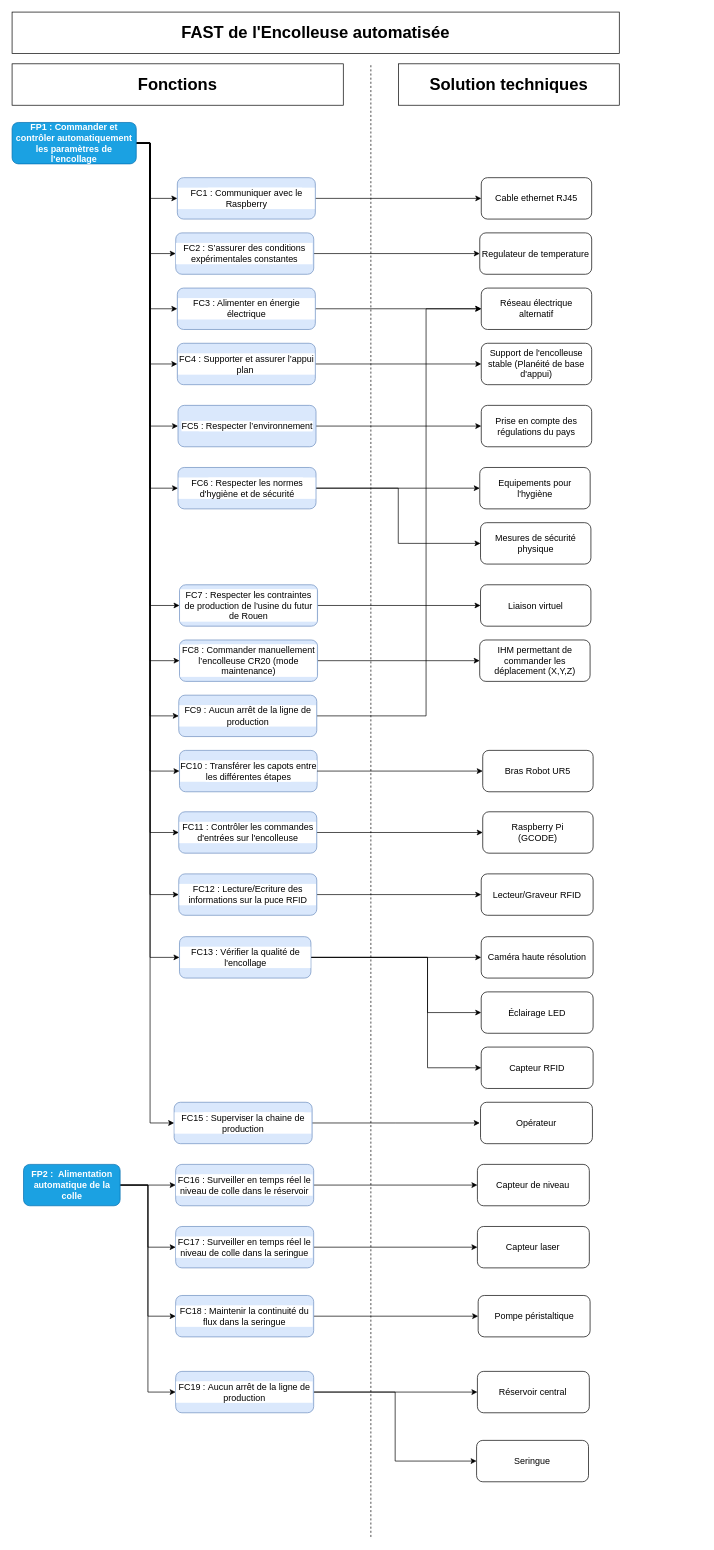
Above: FAST DIAGRAM/Diagramme_FAST.drawio in CharifMah/Systemes_automatises (draw.io), before the change. Source tidied: cells renumbered, new cells numbered last; positions are measured from the earlier drawing's top-left corner, leaving out a move shared by most shapes. Both pictures are drawn from the tidied source at 69%, with x=0, y=0 at pixel (12, 12).
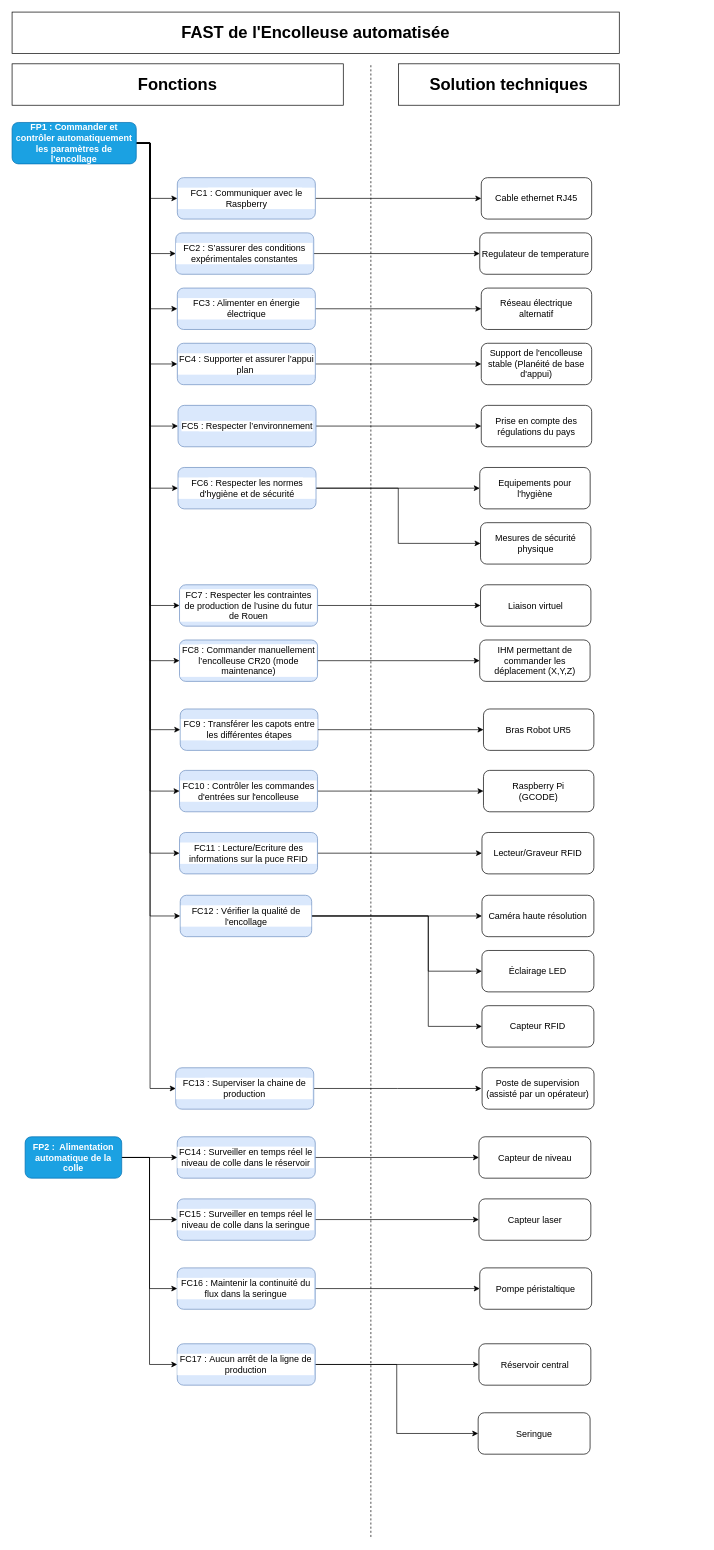
Above is the later version.

Commit message (it also covers changes not shown here):
Mettre à jour Diagramme_FAST.drawio

Unchanged cells that the change refers to:
```xml
<mxCell id="20" value="&lt;span&gt;&lt;font style=&quot;color: light-dark(rgb(255, 255, 255), rgb(0, 0, 0));&quot;&gt;FP1 : Commander et contrôler automatiquement les paramètres de l'encollage&lt;/font&gt;&lt;/span&gt;" style="rounded=1;whiteSpace=wrap;html=1;fillColor=#1ba1e2;fontColor=#ffffff;strokeColor=#006EAF;fontFamily=Helvetica;fontSize=13;fontStyle=1;" parent="1" vertex="1">
  <mxGeometry y="160" width="180" height="60" as="geometry" />
</mxCell>
<mxCell id="46" value="Réseau électrique alternatif" style="rounded=1;whiteSpace=wrap;html=1;fontSize=13;fontStyle=0;" parent="1" vertex="1">
  <mxGeometry x="680" y="400" width="160" height="60" as="geometry" />
</mxCell>
```

What changed in the source:
```diff
@@
-    <mxCell id="3" value="&lt;span&gt;FC11 : Contrôler les commandes d'entrées sur l'encolleuse&lt;/span&gt;" style="rounded=1;whiteSpace=wrap;html=1;labelBackgroundColor=default;labelBorderColor=none;textShadow=0;fillColor=#dae8fc;strokeColor=#6c8ebf;fontFamily=Helvetica;fontSize=13;fontStyle=0;" parent="1" vertex="1">
-      <mxGeometry x="241.6" y="1159" width="200" height="60" as="geometry" />
+    <mxCell id="3" value="&lt;span&gt;FC10 : Contrôler les commandes d'entrées sur l'encolleuse&lt;/span&gt;" style="rounded=1;whiteSpace=wrap;html=1;labelBackgroundColor=default;labelBorderColor=none;textShadow=0;fillColor=#dae8fc;strokeColor=#6c8ebf;fontFamily=Helvetica;fontSize=13;fontStyle=0;" parent="1" vertex="1">
+      <mxGeometry x="242.7" y="1099" width="200" height="60" as="geometry" />
     </mxCell>
@@
-    <mxCell id="12" style="edgeStyle=orthogonalEdgeStyle;rounded=0;jettySize=auto;html=1;entryX=0;entryY=0.5;entryDx=0;entryDy=0;" parent="1" edge="1" source="20" target="85">
-      <mxGeometry relative="1" as="geometry">
-        <Array as="points">
-          <mxPoint x="200" y="190" />
-          <mxPoint x="200" y="1610" />
-        </Array>
-      </mxGeometry>
-    </mxCell>
@@
-    <mxCell id="15" style="edgeStyle=orthogonalEdgeStyle;rounded=0;jettySize=auto;html=1;entryX=0;entryY=0.5;entryDx=0;entryDy=0;" parent="1" edge="1" source="20" target="62">
-      <mxGeometry relative="1" as="geometry">
-        <Array as="points">
-          <mxPoint x="200" y="190" />
-          <mxPoint x="200" y="1020" />
-        </Array>
-      </mxGeometry>
-    </mxCell>
     <mxCell id="16" style="edgeStyle=orthogonalEdgeStyle;rounded=0;jettySize=auto;html=1;entryX=0;entryY=0.5;entryDx=0;entryDy=0;" parent="1" edge="1" source="20" target="47">
       <mxGeometry relative="1" as="geometry">
         <Array as="points">
           <mxPoint x="200" y="190" />
-          <mxPoint x="200" y="1100" />
+          <mxPoint x="200" y="1040" />
         </Array>
       </mxGeometry>
     </mxCell>
     <mxCell id="17" style="edgeStyle=orthogonalEdgeStyle;rounded=0;jettySize=auto;html=1;entryX=0;entryY=0.5;entryDx=0;entryDy=0;" parent="1" edge="1" source="20" target="3">
       <mxGeometry relative="1" as="geometry">
         <Array as="points">
           <mxPoint x="200" y="190" />
-          <mxPoint x="200" y="1189" />
+          <mxPoint x="200" y="1129" />
         </Array>
       </mxGeometry>
     </mxCell>
     <mxCell id="18" style="edgeStyle=orthogonalEdgeStyle;rounded=0;jettySize=auto;html=1;entryX=0;entryY=0.5;entryDx=0;entryDy=0;" parent="1" edge="1" source="20" target="71">
       <mxGeometry relative="1" as="geometry">
         <Array as="points">
           <mxPoint x="200" y="190" />
-          <mxPoint x="200" y="1279" />
+          <mxPoint x="200" y="1219" />
         </Array>
       </mxGeometry>
     </mxCell>
     <mxCell id="19" style="edgeStyle=orthogonalEdgeStyle;rounded=0;jettySize=auto;html=1;entryX=0;entryY=0.5;entryDx=0;entryDy=0;" parent="1" edge="1" source="20" target="33">
       <mxGeometry relative="1" as="geometry">
         <Array as="points">
           <mxPoint x="200" y="190" />
-          <mxPoint x="200" y="1370" />
+          <mxPoint x="200" y="1310" />
         </Array>
       </mxGeometry>
     </mxCell>
+    <mxCell id="12" style="edgeStyle=orthogonalEdgeStyle;rounded=0;jettySize=auto;html=1;entryX=0;entryY=0.5;entryDx=0;entryDy=0;" parent="1" edge="1" source="20" target="85">
+      <mxGeometry relative="1" as="geometry">
+        <Array as="points">
+          <mxPoint x="200" y="190" />
+          <mxPoint x="200" y="1560" />
+        </Array>
+      </mxGeometry>
+    </mxCell>
@@
     <mxCell id="24" value="Raspberry Pi&lt;div&gt;(GCODE)&lt;/div&gt;" style="rounded=1;whiteSpace=wrap;html=1;fontFamily=Helvetica;fontSize=13;fontStyle=0;" parent="1" vertex="1">
-      <mxGeometry x="682.1" y="1159" width="160" height="60" as="geometry" />
+      <mxGeometry x="683.2" y="1099" width="160" height="60" as="geometry" />
     </mxCell>
     <mxCell id="25" value="Capteur de niveau" style="rounded=1;whiteSpace=wrap;html=1;fontFamily=Helvetica;fontSize=13;" parent="1" vertex="1">
-      <mxGeometry x="674.4" y="1670" width="162.2" height="60" as="geometry" />
+      <mxGeometry x="676.6" y="1630" width="162.2" height="60" as="geometry" />
     </mxCell>
@@
     <mxCell id="27" value="Bras Robot UR5" style="rounded=1;whiteSpace=wrap;html=1;fontFamily=Helvetica;fontSize=13;fontStyle=0;" parent="1" vertex="1">
-      <mxGeometry x="682.1" y="1070" width="160" height="60" as="geometry" />
+      <mxGeometry x="683.2" y="1010" width="160" height="60" as="geometry" />
     </mxCell>
     <mxCell id="28" value="Réservoir central" style="rounded=1;whiteSpace=wrap;html=1;fontFamily=Helvetica;fontSize=13;" parent="1" vertex="1">
-      <mxGeometry x="674.4" y="1970" width="162.2" height="60" as="geometry" />
+      <mxGeometry x="676.6" y="1930" width="162.2" height="60" as="geometry" />
     </mxCell>
     <mxCell id="29" value="Pompe péristaltique" style="rounded=1;whiteSpace=wrap;html=1;fontFamily=Helvetica;fontSize=13;" parent="1" vertex="1">
-      <mxGeometry x="675.5" y="1860" width="162.2" height="60" as="geometry" />
+      <mxGeometry x="677.8" y="1820" width="162.2" height="60" as="geometry" />
     </mxCell>
@@
     <mxCell id="31" style="edgeStyle=orthogonalEdgeStyle;rounded=0;jettySize=auto;html=1;entryX=0;entryY=0.5;entryDx=0;entryDy=0;fontFamily=Helvetica;fontSize=13;fontStyle=0;" parent="1" edge="1" source="33" target="35">
       <mxGeometry relative="1" as="geometry">
         <Array as="points">
-          <mxPoint x="602.1" y="1370" />
-          <mxPoint x="602.1" y="1450" />
+          <mxPoint x="603.2" y="1310" />
+          <mxPoint x="603.2" y="1390" />
         </Array>
       </mxGeometry>
     </mxCell>
     <mxCell id="32" style="edgeStyle=orthogonalEdgeStyle;rounded=0;jettySize=auto;html=1;entryX=0;entryY=0.5;entryDx=0;entryDy=0;fontSize=13;fontStyle=0;" parent="1" edge="1" source="33" target="68">
       <mxGeometry relative="1" as="geometry">
         <Array as="points">
-          <mxPoint x="602.1" y="1370" />
-          <mxPoint x="602.1" y="1530" />
+          <mxPoint x="603.2" y="1310" />
+          <mxPoint x="603.2" y="1470" />
         </Array>
       </mxGeometry>
     </mxCell>
-    <mxCell id="33" value="&lt;span&gt;FC13 : Vérifier la qualité de l'encollage&lt;/span&gt;" style="rounded=1;whiteSpace=wrap;html=1;labelBackgroundColor=default;labelBorderColor=none;textShadow=0;fillColor=#dae8fc;strokeColor=#6c8ebf;fontFamily=Helvetica;fontSize=13;fontStyle=0;" parent="1" vertex="1">
-      <mxGeometry x="242.6" y="1340" width="190.5" height="60" as="geometry" />
+    <mxCell id="33" value="&lt;span&gt;FC12 : Vérifier la qualité de l'encollage&lt;/span&gt;" style="rounded=1;whiteSpace=wrap;html=1;labelBackgroundColor=default;labelBorderColor=none;textShadow=0;fillColor=#dae8fc;strokeColor=#6c8ebf;fontFamily=Helvetica;fontSize=13;fontStyle=0;" parent="1" vertex="1">
+      <mxGeometry x="243.7" y="1280" width="190.5" height="60" as="geometry" />
     </mxCell>
     <mxCell id="34" value="Caméra haute résolution" style="rounded=1;whiteSpace=wrap;html=1;fontFamily=Helvetica;fontSize=13;fontStyle=0;" parent="1" vertex="1">
-      <mxGeometry x="679.9" y="1340" width="162.2" height="60" as="geometry" />
+      <mxGeometry x="681" y="1280" width="162.2" height="60" as="geometry" />
     </mxCell>
     <mxCell id="35" value="Éclairage LED" style="rounded=1;whiteSpace=wrap;html=1;fontFamily=Helvetica;fontSize=13;fontStyle=0;" parent="1" vertex="1">
-      <mxGeometry x="679.9" y="1420" width="162.2" height="60" as="geometry" />
+      <mxGeometry x="681" y="1360" width="162.2" height="60" as="geometry" />
     </mxCell>
@@
     <mxCell id="40" value="&lt;span&gt;&lt;font style=&quot;color: rgb(255, 255, 255);&quot;&gt;FP2 :&amp;nbsp; Alimentation automatique de la colle&lt;/font&gt;&lt;/span&gt;" style="rounded=1;whiteSpace=wrap;html=1;fillColor=#1ba1e2;fontColor=#ffffff;strokeColor=#006EAF;fontFamily=Helvetica;fontSize=13;fontStyle=1;" parent="1" vertex="1">
-      <mxGeometry x="16.6" y="1670" width="140" height="60" as="geometry" />
+      <mxGeometry x="18.9" y="1630" width="140" height="60" as="geometry" />
     </mxCell>
@@
-    <mxCell id="47" value="&lt;font&gt;FC10 :&amp;nbsp;&lt;/font&gt;&lt;span style=&quot;background-color: light-dark(#ffffff, var(--ge-dark-color, #121212)); color: light-dark(rgb(0, 0, 0), rgb(255, 255, 255));&quot;&gt;Transférer les capots entre les différentes étapes&lt;/span&gt;" style="rounded=1;whiteSpace=wrap;html=1;labelBackgroundColor=default;labelBorderColor=none;textShadow=0;fillColor=#dae8fc;strokeColor=#6c8ebf;fontFamily=Helvetica;fontSize=13;fontStyle=0;" parent="1" vertex="1">
-      <mxGeometry x="242.6" y="1070" width="199.5" height="60" as="geometry" />
+    <mxCell id="47" value="&lt;font&gt;FC9 :&amp;nbsp;&lt;/font&gt;&lt;span style=&quot;background-color: light-dark(#ffffff, var(--ge-dark-color, #121212)); color: light-dark(rgb(0, 0, 0), rgb(255, 255, 255));&quot;&gt;Transférer les capots entre les différentes étapes&lt;/span&gt;" style="rounded=1;whiteSpace=wrap;html=1;labelBackgroundColor=default;labelBorderColor=none;textShadow=0;fillColor=#dae8fc;strokeColor=#6c8ebf;fontFamily=Helvetica;fontSize=13;fontStyle=0;" parent="1" vertex="1">
+      <mxGeometry x="243.7" y="1010" width="199.5" height="60" as="geometry" />
     </mxCell>
@@
-    <mxCell id="61" style="edgeStyle=orthogonalEdgeStyle;rounded=0;jettySize=auto;html=1;entryX=0;entryY=0.5;entryDx=0;entryDy=0;exitX=1;exitY=0.5;exitDx=0;exitDy=0;fontSize=13;fontStyle=0;" parent="1" edge="1" source="62" target="46">
-      <mxGeometry relative="1" as="geometry">
-        <Array as="points">
-          <mxPoint x="600" y="1020" />
-          <mxPoint x="600" y="430" />
-        </Array>
-      </mxGeometry>
-    </mxCell>
-    <mxCell id="62" value="&lt;div&gt;&lt;font&gt;FC9&lt;/font&gt;&lt;span style=&quot;color: light-dark(rgb(0, 0, 0), rgb(255, 255, 255)); background-color: light-dark(#ffffff, var(--ge-dark-color, #121212));&quot;&gt;&amp;nbsp;:&amp;nbsp;&lt;/span&gt;&lt;span style=&quot;color: light-dark(rgb(0, 0, 0), rgb(255, 255, 255)); background-color: light-dark(#ffffff, var(--ge-dark-color, #121212));&quot;&gt;Aucun arrêt de la ligne de production&lt;/span&gt;&lt;/div&gt;" style="rounded=1;whiteSpace=wrap;html=1;labelBackgroundColor=default;labelBorderColor=none;textShadow=0;fillColor=#dae8fc;strokeColor=#6c8ebf;fontFamily=Helvetica;fontSize=13;fontStyle=0;" parent="1" vertex="1">
-      <mxGeometry x="241.6" y="990" width="200" height="60" as="geometry" />
-    </mxCell>
@@
-    <mxCell id="65" value="&lt;div&gt;&lt;font&gt;FC19&lt;/font&gt;&lt;span style=&quot;color: light-dark(rgb(0, 0, 0), rgb(255, 255, 255)); background-color: light-dark(#ffffff, var(--ge-dark-color, #121212));&quot;&gt;&amp;nbsp;:&amp;nbsp;&lt;/span&gt;&lt;span style=&quot;color: light-dark(rgb(0, 0, 0), rgb(255, 255, 255)); background-color: light-dark(#ffffff, var(--ge-dark-color, #121212));&quot;&gt;Aucun arrêt de la ligne de production&lt;/span&gt;&lt;/div&gt;" style="rounded=1;whiteSpace=wrap;html=1;labelBackgroundColor=default;labelBorderColor=none;textShadow=0;fillColor=#dae8fc;strokeColor=#6c8ebf;fontFamily=Helvetica;fontSize=13;" parent="1" vertex="1">
-      <mxGeometry x="237.1" y="1970" width="200" height="60" as="geometry" />
+    <mxCell id="65" value="&lt;div&gt;&lt;font&gt;FC17&lt;/font&gt;&lt;span style=&quot;color: light-dark(rgb(0, 0, 0), rgb(255, 255, 255)); background-color: light-dark(#ffffff, var(--ge-dark-color, #121212));&quot;&gt;&amp;nbsp;:&amp;nbsp;&lt;/span&gt;&lt;span style=&quot;color: light-dark(rgb(0, 0, 0), rgb(255, 255, 255)); background-color: light-dark(#ffffff, var(--ge-dark-color, #121212));&quot;&gt;Aucun arrêt de la ligne de production&lt;/span&gt;&lt;/div&gt;" style="rounded=1;whiteSpace=wrap;html=1;labelBackgroundColor=default;labelBorderColor=none;textShadow=0;fillColor=#dae8fc;strokeColor=#6c8ebf;fontFamily=Helvetica;fontSize=13;" parent="1" vertex="1">
+      <mxGeometry x="239.4" y="1930" width="200" height="60" as="geometry" />
     </mxCell>
     <mxCell id="66" value="Seringue" style="rounded=1;whiteSpace=wrap;html=1;fontFamily=Helvetica;fontSize=13;" parent="1" vertex="1">
-      <mxGeometry x="673.2" y="2070" width="162.2" height="60" as="geometry" />
+      <mxGeometry x="675.5" y="2030" width="162.2" height="60" as="geometry" />
     </mxCell>
@@
     <mxCell id="68" value="Capteur RFID" style="rounded=1;whiteSpace=wrap;html=1;fontFamily=Helvetica;fontSize=13;fontStyle=0;" parent="1" vertex="1">
-      <mxGeometry x="679.9" y="1500" width="162.2" height="60" as="geometry" />
+      <mxGeometry x="681" y="1440" width="162.2" height="60" as="geometry" />
     </mxCell>
@@
-    <mxCell id="71" value="&lt;span&gt;FC12 : Lecture/Ecriture&amp;nbsp;&lt;/span&gt;&lt;span lang=&quot;FR&quot; style=&quot;font-family: Calibri, sans-serif;&quot;&gt;des informations&amp;nbsp;&lt;/span&gt;&lt;span&gt;sur la puce RFID&lt;/span&gt;" style="rounded=1;whiteSpace=wrap;html=1;labelBackgroundColor=default;labelBorderColor=none;textShadow=0;fillColor=#dae8fc;strokeColor=#6c8ebf;fontFamily=Helvetica;fontSize=13;fontStyle=0;" parent="1" vertex="1">
-      <mxGeometry x="241.6" y="1249" width="200" height="60" as="geometry" />
+    <mxCell id="71" value="&lt;span&gt;FC11 : Lecture/Ecriture&amp;nbsp;&lt;/span&gt;&lt;span lang=&quot;FR&quot; style=&quot;font-family: Calibri, sans-serif;&quot;&gt;des informations&amp;nbsp;&lt;/span&gt;&lt;span&gt;sur la puce RFID&lt;/span&gt;" style="rounded=1;whiteSpace=wrap;html=1;labelBackgroundColor=default;labelBorderColor=none;textShadow=0;fillColor=#dae8fc;strokeColor=#6c8ebf;fontFamily=Helvetica;fontSize=13;fontStyle=0;" parent="1" vertex="1">
+      <mxGeometry x="242.7" y="1189" width="200" height="60" as="geometry" />
     </mxCell>
     <mxCell id="72" value="Lecteur/Graveur RFID" style="rounded=1;whiteSpace=wrap;html=1;labelBackgroundColor=default;labelBorderColor=none;textShadow=0;fontFamily=Helvetica;fontSize=13;fontStyle=0;" parent="1" vertex="1">
-      <mxGeometry x="679.9" y="1249" width="162.2" height="60" as="geometry" />
+      <mxGeometry x="681" y="1189" width="162.2" height="60" as="geometry" />
     </mxCell>
@@
-    <mxCell id="74" value="&lt;div&gt;&lt;font&gt;FC16&lt;/font&gt;&lt;span style=&quot;color: light-dark(rgb(0, 0, 0), rgb(255, 255, 255)); background-color: light-dark(#ffffff, var(--ge-dark-color, #121212));&quot;&gt;&amp;nbsp;:&amp;nbsp;&lt;/span&gt;&lt;span style=&quot;color: light-dark(rgb(0, 0, 0), rgb(255, 255, 255)); background-color: light-dark(#ffffff, var(--ge-dark-color, #121212));&quot;&gt;Surveiller en temps réel le niveau de colle dans le réservoir&lt;/span&gt;&lt;/div&gt;" style="rounded=1;whiteSpace=wrap;html=1;labelBackgroundColor=default;labelBorderColor=none;textShadow=0;fillColor=#dae8fc;strokeColor=#6c8ebf;fontFamily=Helvetica;fontSize=13;" parent="1" vertex="1">
-      <mxGeometry x="237.1" y="1670" width="200" height="60" as="geometry" />
+    <mxCell id="74" value="&lt;div&gt;&lt;font&gt;FC14&lt;/font&gt;&lt;span style=&quot;color: light-dark(rgb(0, 0, 0), rgb(255, 255, 255)); background-color: light-dark(#ffffff, var(--ge-dark-color, #121212));&quot;&gt;&amp;nbsp;:&amp;nbsp;&lt;/span&gt;&lt;span style=&quot;color: light-dark(rgb(0, 0, 0), rgb(255, 255, 255)); background-color: light-dark(#ffffff, var(--ge-dark-color, #121212));&quot;&gt;Surveiller en temps réel le niveau de colle dans le réservoir&lt;/span&gt;&lt;/div&gt;" style="rounded=1;whiteSpace=wrap;html=1;labelBackgroundColor=default;labelBorderColor=none;textShadow=0;fillColor=#dae8fc;strokeColor=#6c8ebf;fontFamily=Helvetica;fontSize=13;" parent="1" vertex="1">
+      <mxGeometry x="239.4" y="1630" width="200" height="60" as="geometry" />
     </mxCell>
     <mxCell id="75" value="Capteur laser" style="rounded=1;whiteSpace=wrap;html=1;fontFamily=Helvetica;fontSize=13;" parent="1" vertex="1">
-      <mxGeometry x="674.4" y="1760" width="162.2" height="60" as="geometry" />
+      <mxGeometry x="676.6" y="1720" width="162.2" height="60" as="geometry" />
     </mxCell>
@@
-    <mxCell id="77" value="&lt;div&gt;&lt;font&gt;FC17&lt;/font&gt;&lt;span style=&quot;color: light-dark(rgb(0, 0, 0), rgb(255, 255, 255)); background-color: light-dark(#ffffff, var(--ge-dark-color, #121212));&quot;&gt;&amp;nbsp;:&amp;nbsp;&lt;/span&gt;&lt;span style=&quot;color: light-dark(rgb(0, 0, 0), rgb(255, 255, 255)); background-color: light-dark(#ffffff, var(--ge-dark-color, #121212));&quot;&gt;Surveiller en temps réel le niveau de colle dans la seringue&lt;/span&gt;&lt;/div&gt;" style="rounded=1;whiteSpace=wrap;html=1;labelBackgroundColor=default;labelBorderColor=none;textShadow=0;fillColor=#dae8fc;strokeColor=#6c8ebf;fontFamily=Helvetica;fontSize=13;" parent="1" vertex="1">
-      <mxGeometry x="237.1" y="1760" width="200" height="60" as="geometry" />
+    <mxCell id="77" value="&lt;div&gt;&lt;font&gt;FC15&lt;/font&gt;&lt;span style=&quot;color: light-dark(rgb(0, 0, 0), rgb(255, 255, 255)); background-color: light-dark(#ffffff, var(--ge-dark-color, #121212));&quot;&gt;&amp;nbsp;:&amp;nbsp;&lt;/span&gt;&lt;span style=&quot;color: light-dark(rgb(0, 0, 0), rgb(255, 255, 255)); background-color: light-dark(#ffffff, var(--ge-dark-color, #121212));&quot;&gt;Surveiller en temps réel le niveau de colle dans la seringue&lt;/span&gt;&lt;/div&gt;" style="rounded=1;whiteSpace=wrap;html=1;labelBackgroundColor=default;labelBorderColor=none;textShadow=0;fillColor=#dae8fc;strokeColor=#6c8ebf;fontFamily=Helvetica;fontSize=13;" parent="1" vertex="1">
+      <mxGeometry x="239.4" y="1720" width="200" height="60" as="geometry" />
     </mxCell>
@@
-    <mxCell id="79" value="&lt;div&gt;&lt;font&gt;FC18&lt;/font&gt;&lt;span style=&quot;color: light-dark(rgb(0, 0, 0), rgb(255, 255, 255)); background-color: light-dark(#ffffff, var(--ge-dark-color, #121212));&quot;&gt;&amp;nbsp;: Maintenir la continuité du flux dans la seringue&lt;/span&gt;&lt;/div&gt;" style="rounded=1;whiteSpace=wrap;html=1;labelBackgroundColor=default;labelBorderColor=none;textShadow=0;fillColor=#dae8fc;strokeColor=#6c8ebf;fontFamily=Helvetica;fontSize=13;" parent="1" vertex="1">
-      <mxGeometry x="237.1" y="1860" width="200" height="60" as="geometry" />
+    <mxCell id="79" value="&lt;div&gt;&lt;font&gt;FC16&lt;/font&gt;&lt;span style=&quot;color: light-dark(rgb(0, 0, 0), rgb(255, 255, 255)); background-color: light-dark(#ffffff, var(--ge-dark-color, #121212));&quot;&gt;&amp;nbsp;: Maintenir la continuité du flux dans la seringue&lt;/span&gt;&lt;/div&gt;" style="rounded=1;whiteSpace=wrap;html=1;labelBackgroundColor=default;labelBorderColor=none;textShadow=0;fillColor=#dae8fc;strokeColor=#6c8ebf;fontFamily=Helvetica;fontSize=13;" parent="1" vertex="1">
+      <mxGeometry x="239.4" y="1820" width="200" height="60" as="geometry" />
     </mxCell>
@@
     <mxCell id="84" style="edgeStyle=orthogonalEdgeStyle;rounded=0;jettySize=auto;html=1;" parent="1" edge="1" source="85">
       <mxGeometry relative="1" as="geometry">
-        <mxPoint x="677.8" y="1610" as="targetPoint" />
+        <mxPoint x="680.1" y="1560" as="targetPoint" />
       </mxGeometry>
     </mxCell>
-    <mxCell id="85" value="&lt;div&gt;&lt;font&gt;FC15&lt;/font&gt;&lt;span style=&quot;color: light-dark(rgb(0, 0, 0), rgb(255, 255, 255)); background-color: light-dark(#ffffff, var(--ge-dark-color, #121212));&quot;&gt;&amp;nbsp;:&amp;nbsp;&lt;/span&gt;&lt;span style=&quot;color: light-dark(rgb(0, 0, 0), rgb(255, 255, 255)); background-color: light-dark(#ffffff, var(--ge-dark-color, #121212));&quot;&gt;Superviser la chaine de production&lt;/span&gt;&lt;/div&gt;" style="rounded=1;whiteSpace=wrap;html=1;labelBackgroundColor=default;labelBorderColor=none;textShadow=0;fillColor=#dae8fc;strokeColor=#6c8ebf;fontFamily=Helvetica;fontSize=13;" parent="1" vertex="1">
-      <mxGeometry x="234.9" y="1580" width="200" height="60" as="geometry" />
+    <mxCell id="85" value="&lt;div&gt;&lt;font&gt;FC13&lt;/font&gt;&lt;span style=&quot;color: light-dark(rgb(0, 0, 0), rgb(255, 255, 255)); background-color: light-dark(#ffffff, var(--ge-dark-color, #121212));&quot;&gt;&amp;nbsp;:&amp;nbsp;&lt;/span&gt;&lt;span style=&quot;color: light-dark(rgb(0, 0, 0), rgb(255, 255, 255)); background-color: light-dark(#ffffff, var(--ge-dark-color, #121212));&quot;&gt;Superviser la chaine de production&lt;/span&gt;&lt;/div&gt;" style="rounded=1;whiteSpace=wrap;html=1;labelBackgroundColor=default;labelBorderColor=none;textShadow=0;fillColor=#dae8fc;strokeColor=#6c8ebf;fontFamily=Helvetica;fontSize=13;" parent="1" vertex="1">
+      <mxGeometry x="237.2" y="1530" width="200" height="60" as="geometry" />
     </mxCell>
-    <mxCell id="86" value="Opérateur" style="rounded=1;whiteSpace=wrap;html=1;fontFamily=Helvetica;fontSize=13;fontStyle=0;" parent="1" vertex="1">
-      <mxGeometry x="678.9" y="1580" width="162.2" height="60" as="geometry" />
+    <mxCell id="86" value="Poste de supervision (assisté par un opérateur)" style="rounded=1;whiteSpace=wrap;html=1;fontFamily=Helvetica;fontSize=13;fontStyle=0;" parent="1" vertex="1">
+      <mxGeometry x="681.2" y="1530" width="162.2" height="60" as="geometry" />
     </mxCell>
```
